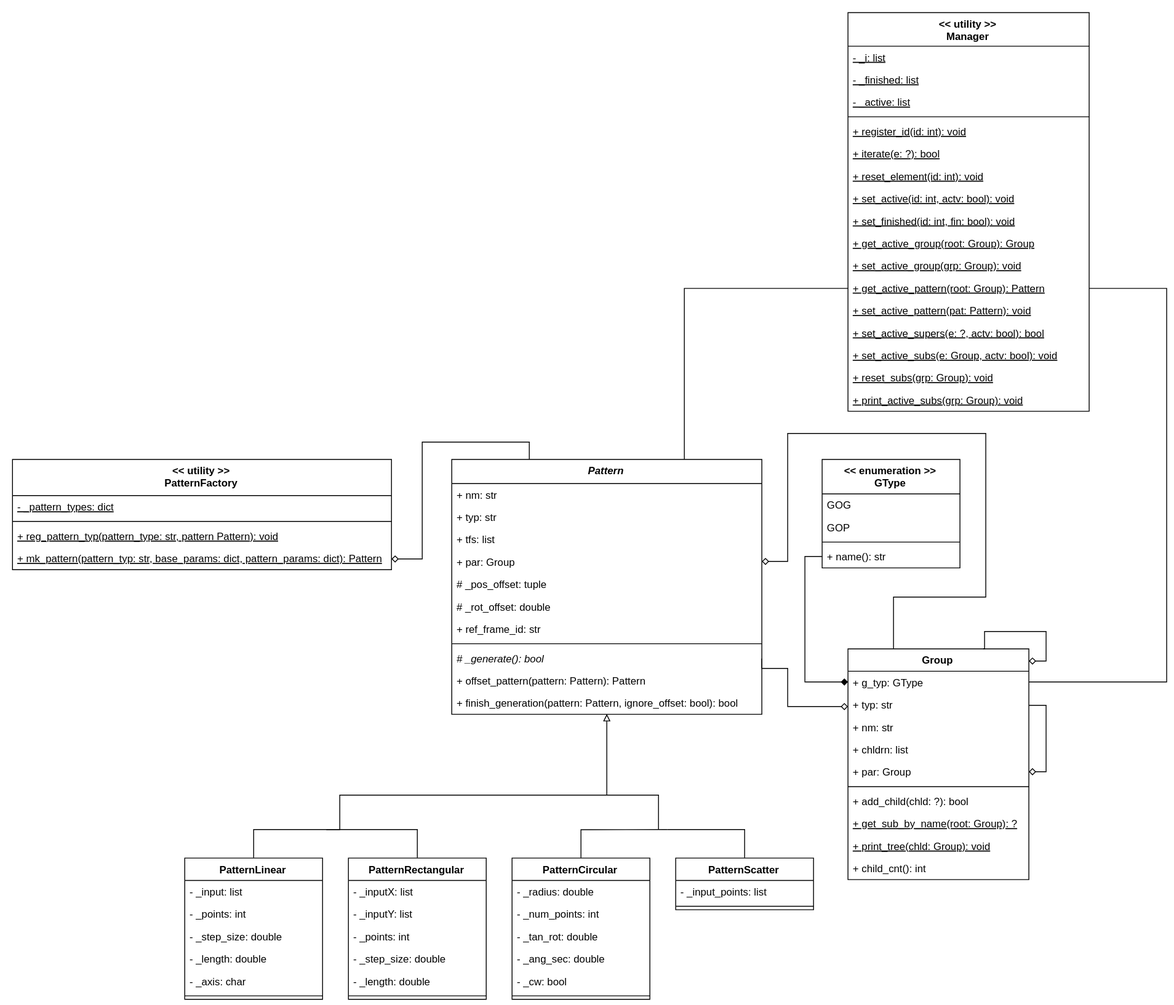
teknologisk-institut/pattern_manager keeps this draw.io diagram as resources/pm.svg. Above is the earlier version. Source tidied: cells renumbered, new cells last; positions are measured from the earlier drawing's top-left corner, leaving out a move shared by most shapes.
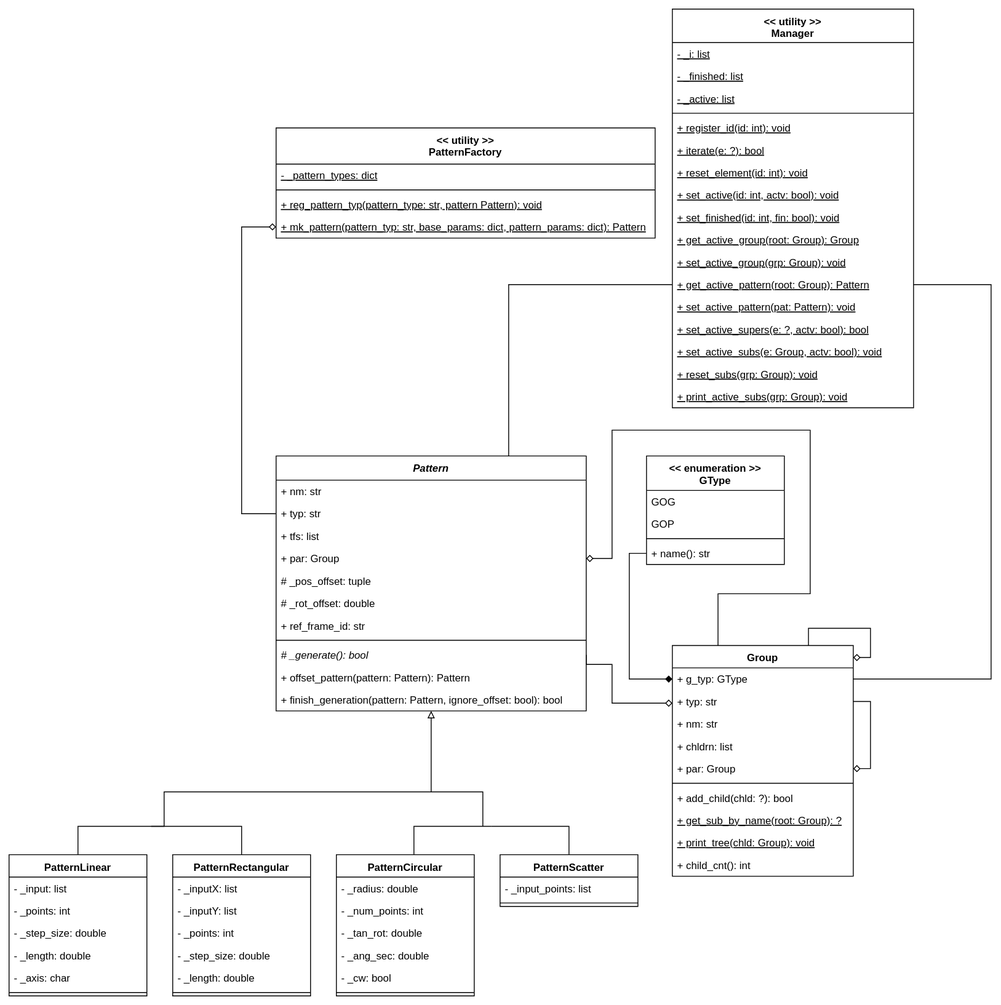
After the commit.

Change to the diagram source:
```diff
@@ -2,8 +2,13 @@
   <root>
     <mxCell id="0" />
     <mxCell id="1" parent="0" />
-    <mxCell id="2" style="edgeStyle=orthogonalEdgeStyle;rounded=0;jettySize=auto;html=1;exitX=0.25;exitY=0;exitDx=0;exitDy=0;entryX=1;entryY=0.5;entryDx=0;entryDy=0;startArrow=none;startFill=0;endArrow=diamond;endFill=0;strokeColor=#000000;" parent="1" edge="1" source="4" target="89">
-      <mxGeometry relative="1" as="geometry" />
+    <mxCell id="2" style="edgeStyle=orthogonalEdgeStyle;rounded=0;jettySize=auto;html=1;exitX=0;exitY=0.5;exitDx=0;exitDy=0;entryX=0;entryY=0.5;entryDx=0;entryDy=0;startArrow=none;startFill=0;endArrow=diamond;endFill=0;strokeColor=#000000;" parent="1" edge="1" source="6" target="89">
+      <mxGeometry relative="1" as="geometry">
+        <Array as="points">
+          <mxPoint x="470" y="586" />
+          <mxPoint x="470" y="253" />
+        </Array>
+      </mxGeometry>
     </mxCell>
     <mxCell id="3" style="edgeStyle=orthogonalEdgeStyle;rounded=0;jettySize=auto;html=1;exitX=0.75;exitY=0;exitDx=0;exitDy=0;entryX=0;entryY=0.5;entryDx=0;entryDy=0;startArrow=none;startFill=0;endArrow=none;endFill=0;strokeColor=#000000;" parent="1" edge="1" source="4" target="56">
       <mxGeometry relative="1" as="geometry" />
@@ -305,7 +310,7 @@
       </mxGeometry>
     </mxCell>
     <mxCell id="85" value="&lt;&lt; utility &gt;&gt;&#10;PatternFactory" style="swimlane;fontStyle=1;align=center;verticalAlign=top;horizontal=1;startSize=42;" parent="1" vertex="1">
-      <mxGeometry y="519" width="440" height="128" as="geometry" />
+      <mxGeometry x="510" y="138" width="440" height="128" as="geometry" />
     </mxCell>
     <mxCell id="86" value="- _pattern_types: dict" style="text;strokeColor=none;fillColor=none;align=left;verticalAlign=top;spacingLeft=4;spacingRight=4;overflow=hidden;fontStyle=4;" parent="85" vertex="1">
       <mxGeometry y="42" width="440" height="26" as="geometry" />
```
